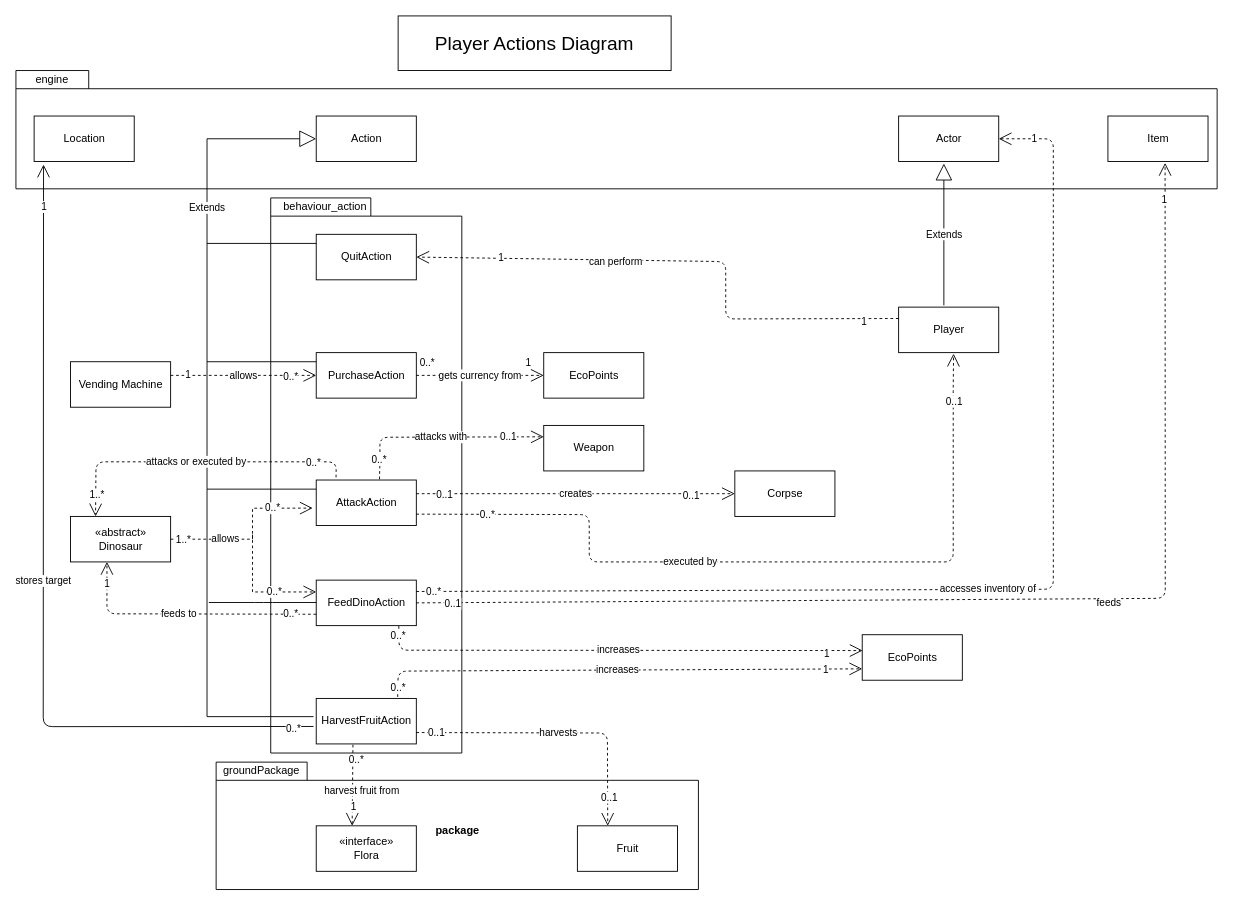
The draw.io diagram Assignment 3 diagrams/UML/Player Class Diagram.drawio in Dax246/FIT2099, before the edit. Source tidied: cells renumbered, new cells numbered last; positions are measured from the earlier drawing's top-left corner, leaving out a move shared by most shapes. Both pictures are drawn from the tidied source at 91%, with x=0, y=0 at pixel (15, 15).
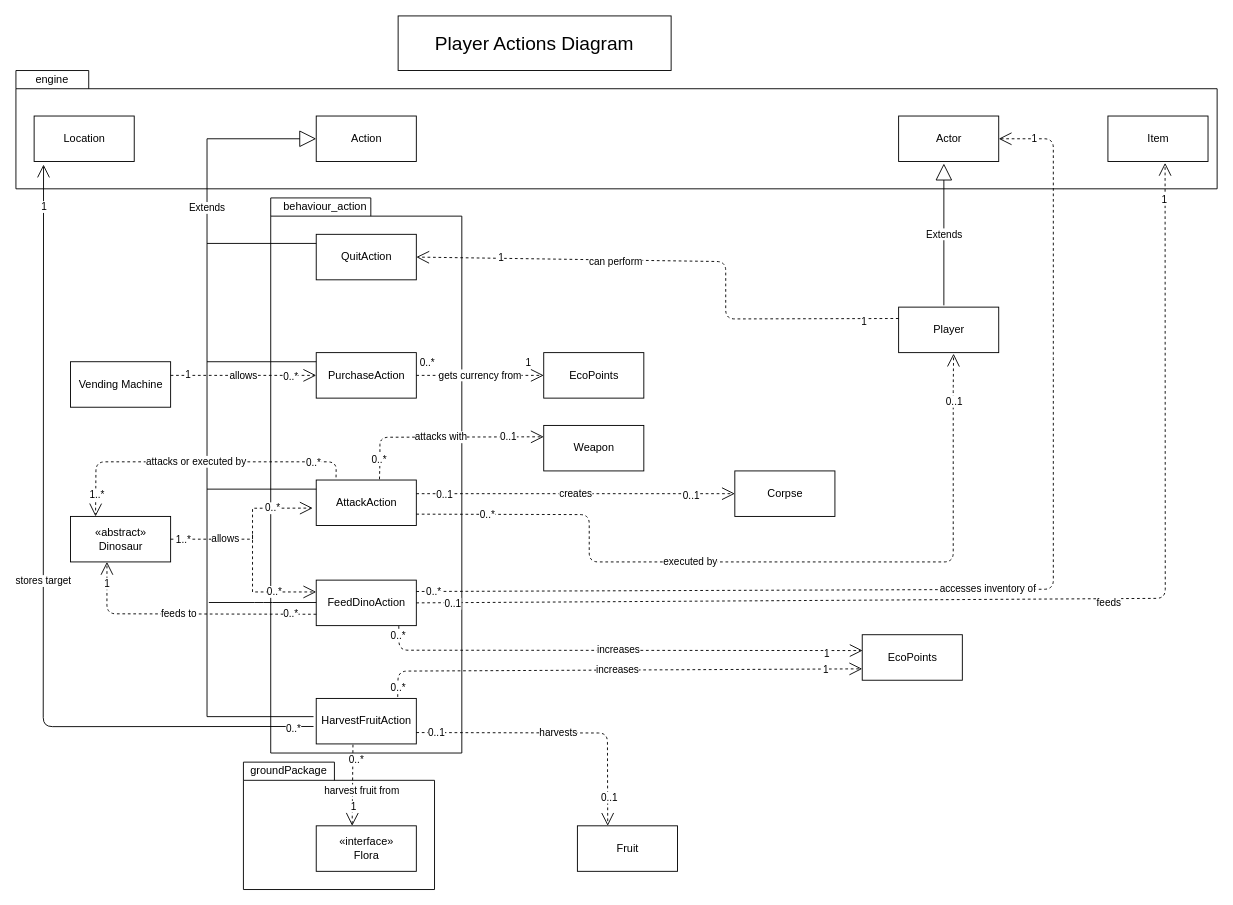
The same page after the edit.

Commit message (it also covers changes not shown here):
Moved fruit and fish out of ground package in Ground and Player class diagrams

Change to the diagram source:
```diff
@@
-    <mxCell id="2" value="package" style="shape=folder;fontStyle=1;spacingTop=10;tabWidth=100;tabHeight=20;tabPosition=left;html=1;" parent="1" vertex="1">
-      <mxGeometry x="220" y="820" width="530" height="140" as="geometry" />
+    <mxCell id="2" style="shape=folder;fontStyle=1;spacingTop=10;tabWidth=100;tabHeight=20;tabPosition=left;html=1;" parent="1" vertex="1">
+      <mxGeometry x="250" y="820" width="210" height="140" as="geometry" />
     </mxCell>
@@
     <mxCell id="82" value="groundPackage" style="text;html=1;strokeColor=none;fillColor=none;align=center;verticalAlign=middle;whiteSpace=wrap;rounded=0;" parent="1" vertex="1">
-      <mxGeometry x="250" y="820" width="40" height="20" as="geometry" />
+      <mxGeometry x="280" y="820" width="40" height="20" as="geometry" />
     </mxCell>
```
